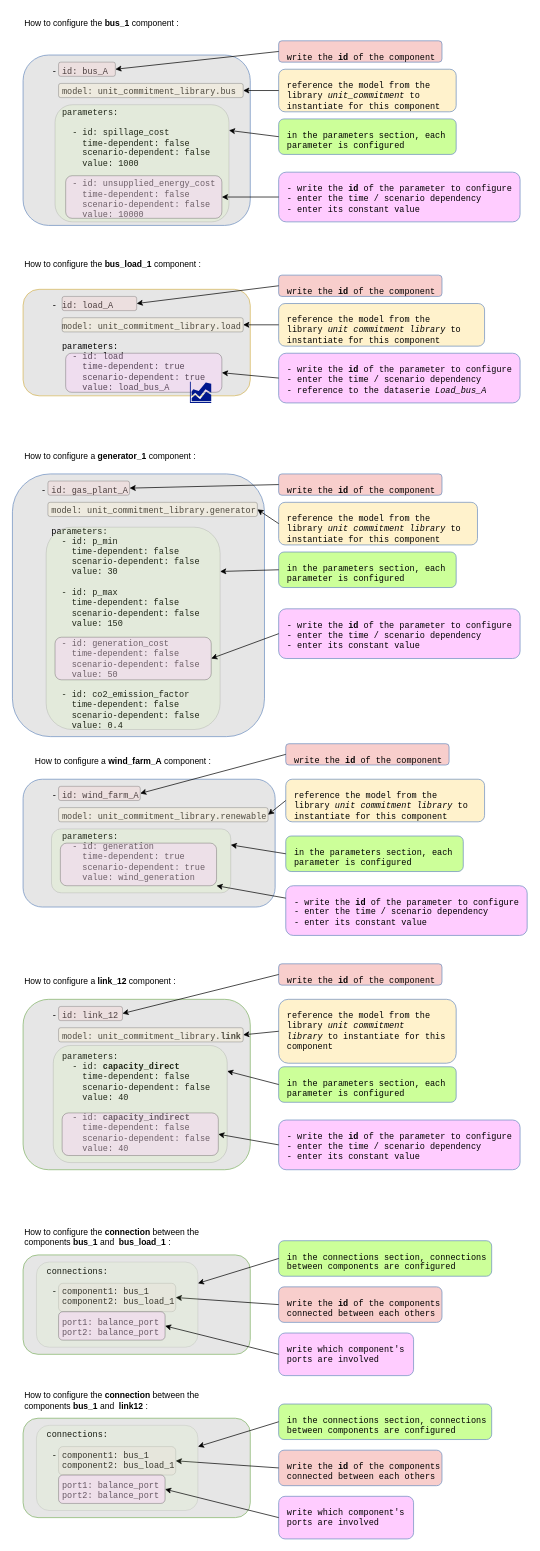
AntaresSimulatorTeam/GEMS keeps this draw.io diagram as doc/assets/2_QSE2_Unit_Com_system_file.drawio. Above is the earlier version. Source tidied: cells renumbered, new cells numbered last; positions are measured from the earlier drawing's top-left corner, leaving out a move shared by most shapes. Both pictures are drawn from the tidied source at 71%, with x=0, y=0 at pixel (12, 12).
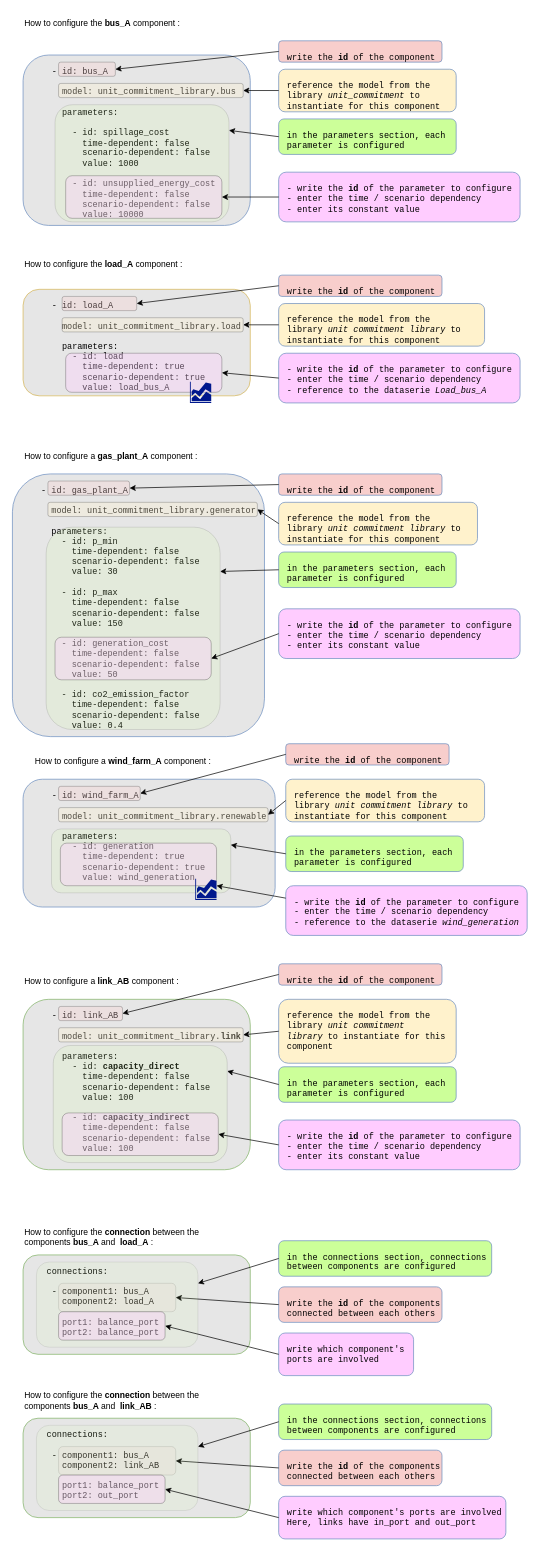
The same diagram, later.

Commit message (it also covers changes not shown here):
create system file explanations png

Change to the diagram source:
```diff
@@
-    <mxCell id="5" value="&lt;div&gt;&amp;nbsp; &amp;nbsp; - id: link_12&lt;/div&gt;&lt;div&gt;&lt;br&gt;&lt;/div&gt;&lt;div&gt;&amp;nbsp; &amp;nbsp; &amp;nbsp; model: unit_commitment_library.&lt;b&gt;link&lt;/b&gt;&lt;/div&gt;&lt;div&gt;&lt;b&gt;&lt;br&gt;&lt;/b&gt;&lt;/div&gt;&lt;div&gt;&amp;nbsp; &amp;nbsp; &amp;nbsp; parameters:&lt;/div&gt;&lt;div&gt;&amp;nbsp; &amp;nbsp; &amp;nbsp; &amp;nbsp; - id: &lt;b&gt;capacity_direct&lt;/b&gt;&lt;/div&gt;&lt;div&gt;&amp;nbsp; &amp;nbsp; &amp;nbsp; &amp;nbsp; &amp;nbsp; time-dependent: false&lt;/div&gt;&lt;div&gt;&amp;nbsp; &amp;nbsp; &amp;nbsp; &amp;nbsp; &amp;nbsp; scenario-dependent: false&lt;/div&gt;&lt;div&gt;&amp;nbsp; &amp;nbsp; &amp;nbsp; &amp;nbsp; &amp;nbsp; value: 40&lt;/div&gt;&lt;div&gt;&lt;br&gt;&lt;/div&gt;&lt;div&gt;&amp;nbsp; &amp;nbsp; &amp;nbsp; &amp;nbsp; - id: &lt;b&gt;capacity_indirect&lt;/b&gt;&lt;/div&gt;&lt;div&gt;&amp;nbsp; &amp;nbsp; &amp;nbsp; &amp;nbsp; &amp;nbsp; time-dependent: false&lt;/div&gt;&lt;div&gt;&amp;nbsp; &amp;nbsp; &amp;nbsp; &amp;nbsp; &amp;nbsp; scenario-dependent: false&lt;/div&gt;&lt;div&gt;&amp;nbsp; &amp;nbsp; &amp;nbsp; &amp;nbsp; &amp;nbsp; value: 40&lt;/div&gt;" style="rounded=1;whiteSpace=wrap;html=1;fillColor=#E6E6E6;strokeColor=#82b366;align=left;verticalAlign=top;fontFamily=Courier New;fontSize=12;spacingLeft=10;spacingTop=10;" parent="1" vertex="1">
+    <mxCell id="5" value="&lt;div&gt;&amp;nbsp; &amp;nbsp; - id: link_AB&lt;/div&gt;&lt;div&gt;&lt;br&gt;&lt;/div&gt;&lt;div&gt;&amp;nbsp; &amp;nbsp; &amp;nbsp; model: unit_commitment_library.&lt;b&gt;link&lt;/b&gt;&lt;/div&gt;&lt;div&gt;&lt;b&gt;&lt;br&gt;&lt;/b&gt;&lt;/div&gt;&lt;div&gt;&amp;nbsp; &amp;nbsp; &amp;nbsp; parameters:&lt;/div&gt;&lt;div&gt;&amp;nbsp; &amp;nbsp; &amp;nbsp; &amp;nbsp; - id: &lt;b&gt;capacity_direct&lt;/b&gt;&lt;/div&gt;&lt;div&gt;&amp;nbsp; &amp;nbsp; &amp;nbsp; &amp;nbsp; &amp;nbsp; time-dependent: false&lt;/div&gt;&lt;div&gt;&amp;nbsp; &amp;nbsp; &amp;nbsp; &amp;nbsp; &amp;nbsp; scenario-dependent: false&lt;/div&gt;&lt;div&gt;&amp;nbsp; &amp;nbsp; &amp;nbsp; &amp;nbsp; &amp;nbsp; value: 100&lt;/div&gt;&lt;div&gt;&lt;br&gt;&lt;/div&gt;&lt;div&gt;&amp;nbsp; &amp;nbsp; &amp;nbsp; &amp;nbsp; - id: &lt;b&gt;capacity_indirect&lt;/b&gt;&lt;/div&gt;&lt;div&gt;&amp;nbsp; &amp;nbsp; &amp;nbsp; &amp;nbsp; &amp;nbsp; time-dependent: false&lt;/div&gt;&lt;div&gt;&amp;nbsp; &amp;nbsp; &amp;nbsp; &amp;nbsp; &amp;nbsp; scenario-dependent: false&lt;/div&gt;&lt;div&gt;&amp;nbsp; &amp;nbsp; &amp;nbsp; &amp;nbsp; &amp;nbsp; value: 100&lt;/div&gt;" style="rounded=1;whiteSpace=wrap;html=1;fillColor=#E6E6E6;strokeColor=#82b366;align=left;verticalAlign=top;fontFamily=Courier New;fontSize=12;spacingLeft=10;spacingTop=10;" parent="1" vertex="1">
       <mxGeometry x="15" y="1390" width="320" height="240" as="geometry" />
     </mxCell>
@@
-    <mxCell id="51" value="How to configure the&amp;nbsp;&lt;b&gt;bus_1&lt;/b&gt; component :" style="text;html=1;whiteSpace=wrap;strokeColor=none;fillColor=none;align=left;verticalAlign=middle;rounded=0;" parent="1" vertex="1">
+    <mxCell id="51" value="How to configure the&amp;nbsp;&lt;b&gt;bus_A&lt;/b&gt; component :" style="text;html=1;whiteSpace=wrap;strokeColor=none;fillColor=none;align=left;verticalAlign=middle;rounded=0;" parent="1" vertex="1">
       <mxGeometry x="15" width="285" height="30" as="geometry" />
     </mxCell>
-    <mxCell id="52" value="How to configure the&amp;nbsp;&lt;b&gt;bus_load_1&lt;/b&gt; component :" style="text;html=1;whiteSpace=wrap;strokeColor=none;fillColor=none;align=left;verticalAlign=middle;rounded=0;" parent="1" vertex="1">
+    <mxCell id="52" value="How to configure the&amp;nbsp;&lt;b&gt;load_A&lt;/b&gt; component :" style="text;html=1;whiteSpace=wrap;strokeColor=none;fillColor=none;align=left;verticalAlign=middle;rounded=0;" parent="1" vertex="1">
       <mxGeometry x="15" y="340" width="285" height="30" as="geometry" />
     </mxCell>
-    <mxCell id="53" value="How to configure a &lt;b&gt;generator_1&lt;/b&gt; component :" style="text;html=1;whiteSpace=wrap;strokeColor=none;fillColor=none;align=left;verticalAlign=middle;rounded=0;" parent="1" vertex="1">
+    <mxCell id="53" value="How to configure a &lt;b&gt;gas_plant_A&lt;/b&gt; component :" style="text;html=1;whiteSpace=wrap;strokeColor=none;fillColor=none;align=left;verticalAlign=middle;rounded=0;" parent="1" vertex="1">
       <mxGeometry x="15" y="610" width="285" height="30" as="geometry" />
     </mxCell>
-    <mxCell id="54" value="How to configure a &lt;b&gt;link_12&lt;/b&gt; component :" style="text;html=1;whiteSpace=wrap;strokeColor=none;fillColor=none;align=left;verticalAlign=middle;rounded=0;" parent="1" vertex="1">
+    <mxCell id="54" value="How to configure a &lt;b&gt;link_AB&lt;/b&gt; component :" style="text;html=1;whiteSpace=wrap;strokeColor=none;fillColor=none;align=left;verticalAlign=middle;rounded=0;" parent="1" vertex="1">
       <mxGeometry x="15" y="1350" width="285" height="30" as="geometry" />
     </mxCell>
-    <mxCell id="55" value="&lt;div&gt;&amp;nbsp; &amp;nbsp;connections:&lt;/div&gt;&lt;div&gt;&lt;br&gt;&lt;/div&gt;&lt;div&gt;&lt;span style=&quot;background-color: transparent; color: light-dark(rgb(0, 0, 0), rgb(255, 255, 255));&quot;&gt;&amp;nbsp; &amp;nbsp; - component1: bus_1&lt;/span&gt;&lt;/div&gt;&lt;div&gt;&amp;nbsp; &amp;nbsp; &amp;nbsp; component2: bus_load_1&lt;/div&gt;&lt;div&gt;&lt;br&gt;&lt;/div&gt;&lt;div&gt;&amp;nbsp; &amp;nbsp; &amp;nbsp; port1: balance_port&lt;/div&gt;&lt;div&gt;&amp;nbsp; &amp;nbsp; &amp;nbsp; port2: balance_port&lt;/div&gt;" style="rounded=1;whiteSpace=wrap;html=1;fillColor=#E6E6E6;strokeColor=#82b366;align=left;verticalAlign=top;fontFamily=Courier New;fontSize=12;spacingLeft=10;spacingTop=10;" parent="1" vertex="1">
+    <mxCell id="55" value="&lt;div&gt;&amp;nbsp; &amp;nbsp;connections:&lt;/div&gt;&lt;div&gt;&lt;br&gt;&lt;/div&gt;&lt;div&gt;&lt;span style=&quot;background-color: transparent; color: light-dark(rgb(0, 0, 0), rgb(255, 255, 255));&quot;&gt;&amp;nbsp; &amp;nbsp; - component1: bus_A&lt;/span&gt;&lt;/div&gt;&lt;div&gt;&amp;nbsp; &amp;nbsp; &amp;nbsp; component2: load_A&lt;/div&gt;&lt;div&gt;&lt;br&gt;&lt;/div&gt;&lt;div&gt;&amp;nbsp; &amp;nbsp; &amp;nbsp; port1: balance_port&lt;/div&gt;&lt;div&gt;&amp;nbsp; &amp;nbsp; &amp;nbsp; port2: balance_port&lt;/div&gt;" style="rounded=1;whiteSpace=wrap;html=1;fillColor=#E6E6E6;strokeColor=#82b366;align=left;verticalAlign=top;fontFamily=Courier New;fontSize=12;spacingLeft=10;spacingTop=10;" parent="1" vertex="1">
       <mxGeometry x="15" y="1750" width="320" height="140" as="geometry" />
     </mxCell>
@@
-    <mxCell id="65" value="How to configure the &lt;b&gt;connection&lt;/b&gt;&amp;nbsp;between the components &lt;b&gt;bus_1 &lt;/b&gt;and&amp;nbsp;&lt;b&gt;&amp;nbsp;bus_load_1&amp;nbsp;&lt;/b&gt;:" style="text;html=1;whiteSpace=wrap;strokeColor=none;fillColor=none;align=left;verticalAlign=middle;rounded=0;" parent="1" vertex="1">
+    <mxCell id="65" value="How to configure the &lt;b&gt;connection&lt;/b&gt;&amp;nbsp;between the components &lt;b&gt;bus_A &lt;/b&gt;and&amp;nbsp;&lt;b&gt;&amp;nbsp;load_A&amp;nbsp;&lt;/b&gt;:" style="text;html=1;whiteSpace=wrap;strokeColor=none;fillColor=none;align=left;verticalAlign=middle;rounded=0;" parent="1" vertex="1">
       <mxGeometry x="15" y="1710" width="285" height="30" as="geometry" />
     </mxCell>
@@
-    <mxCell id="67" value="&lt;div&gt;&amp;nbsp; &amp;nbsp;connections:&lt;/div&gt;&lt;div&gt;&lt;br&gt;&lt;/div&gt;&lt;div&gt;&lt;span style=&quot;background-color: transparent; color: light-dark(rgb(0, 0, 0), rgb(255, 255, 255));&quot;&gt;&amp;nbsp; &amp;nbsp; - component1: bus_1&lt;/span&gt;&lt;/div&gt;&lt;div&gt;&amp;nbsp; &amp;nbsp; &amp;nbsp; component2: bus_load_1&lt;/div&gt;&lt;div&gt;&lt;br&gt;&lt;/div&gt;&lt;div&gt;&amp;nbsp; &amp;nbsp; &amp;nbsp; port1: balance_port&lt;/div&gt;&lt;div&gt;&amp;nbsp; &amp;nbsp; &amp;nbsp; port2: balance_port&lt;/div&gt;" style="rounded=1;whiteSpace=wrap;html=1;fillColor=#E6E6E6;strokeColor=#82b366;align=left;verticalAlign=top;fontFamily=Courier New;fontSize=12;spacingLeft=10;spacingTop=10;" parent="1" vertex="1">
+    <mxCell id="67" value="&lt;div&gt;&amp;nbsp; &amp;nbsp;connections:&lt;/div&gt;&lt;div&gt;&lt;br&gt;&lt;/div&gt;&lt;div&gt;&lt;span style=&quot;background-color: transparent; color: light-dark(rgb(0, 0, 0), rgb(255, 255, 255));&quot;&gt;&amp;nbsp; &amp;nbsp; - component1: bus_A&lt;/span&gt;&lt;/div&gt;&lt;div&gt;&amp;nbsp; &amp;nbsp; &amp;nbsp; component2: link_AB&lt;/div&gt;&lt;div&gt;&lt;br&gt;&lt;/div&gt;&lt;div&gt;&amp;nbsp; &amp;nbsp; &amp;nbsp; port1: balance_port&lt;/div&gt;&lt;div&gt;&amp;nbsp; &amp;nbsp; &amp;nbsp; port2: out_port&lt;/div&gt;" style="rounded=1;whiteSpace=wrap;html=1;fillColor=#E6E6E6;strokeColor=#82b366;align=left;verticalAlign=top;fontFamily=Courier New;fontSize=12;spacingLeft=10;spacingTop=10;" parent="1" vertex="1">
       <mxGeometry x="15" y="1980" width="320" height="140" as="geometry" />
     </mxCell>
@@
-    <mxCell id="74" value="write which component's ports are involved" style="rounded=1;whiteSpace=wrap;html=1;fillColor=#FFCCFF;strokeColor=#6c8ebf;align=left;verticalAlign=top;fontFamily=Courier New;fontSize=12;spacingLeft=10;spacingTop=10;" parent="1" vertex="1">
-      <mxGeometry x="375" y="2090" width="190" height="60" as="geometry" />
+    <mxCell id="74" value="write which component's ports are involved&lt;br&gt;Here, links have in_port and out_port" style="rounded=1;whiteSpace=wrap;html=1;fillColor=#FFCCFF;strokeColor=#6c8ebf;align=left;verticalAlign=top;fontFamily=Courier New;fontSize=12;spacingLeft=10;spacingTop=10;" parent="1" vertex="1">
+      <mxGeometry x="375" y="2090" width="320" height="60" as="geometry" />
     </mxCell>
@@
-    <mxCell id="77" value="How to configure the &lt;b&gt;connection&lt;/b&gt;&amp;nbsp;between the components &lt;b&gt;bus_1 &lt;/b&gt;and&amp;nbsp;&lt;b&gt;&amp;nbsp;link12&amp;nbsp;&lt;/b&gt;:" style="text;html=1;whiteSpace=wrap;strokeColor=none;fillColor=none;align=left;verticalAlign=middle;rounded=0;" parent="1" vertex="1">
+    <mxCell id="77" value="How to configure the &lt;b&gt;connection&lt;/b&gt;&amp;nbsp;between the components &lt;b&gt;bus_A &lt;/b&gt;and&amp;nbsp;&lt;b&gt;&amp;nbsp;link_AB&amp;nbsp;&lt;/b&gt;:" style="text;html=1;whiteSpace=wrap;strokeColor=none;fillColor=none;align=left;verticalAlign=middle;rounded=0;" parent="1" vertex="1">
       <mxGeometry x="15" y="1940" width="285" height="30" as="geometry" />
     </mxCell>
@@
-    <mxCell id="85" value="- write the &lt;b&gt;id&lt;/b&gt; of the parameter to configure&lt;div&gt;&lt;div&gt;&lt;div&gt;&lt;div&gt;- enter the time / scenario dependency&lt;/div&gt;&lt;/div&gt;&lt;/div&gt;&lt;/div&gt;&lt;div&gt;- enter its constant value&lt;/div&gt;" style="rounded=1;whiteSpace=wrap;html=1;fillColor=#FFCCFF;strokeColor=#6c8ebf;align=left;verticalAlign=top;fontFamily=Courier New;fontSize=12;spacingLeft=10;spacingTop=10;" parent="1" vertex="1">
+    <mxCell id="85" value="- write the &lt;b&gt;id&lt;/b&gt; of the parameter to configure&lt;div&gt;&lt;div&gt;&lt;div&gt;&lt;div&gt;- enter the time / scenario dependency&lt;/div&gt;&lt;/div&gt;&lt;/div&gt;&lt;/div&gt;&lt;div&gt;- reference to the dataserie&amp;nbsp;&lt;i&gt;wind_generation&lt;/i&gt;&lt;/div&gt;" style="rounded=1;whiteSpace=wrap;html=1;fillColor=#FFCCFF;strokeColor=#6c8ebf;align=left;verticalAlign=top;fontFamily=Courier New;fontSize=12;spacingLeft=10;spacingTop=10;" parent="1" vertex="1">
       <mxGeometry x="385" y="1230" width="340" height="70" as="geometry" />
     </mxCell>
@@
+    <mxCell id="92" style="sketch=0;shadow=0;dashed=0;html=1;strokeColor=none;labelPosition=center;verticalLabelPosition=bottom;verticalAlign=top;align=center;fillColor=#00188D;shape=mxgraph.mscae.general.graph;" parent="1" vertex="1">
+      <mxGeometry x="257.5" y="1220" width="30" height="30" as="geometry" />
+    </mxCell>
```
